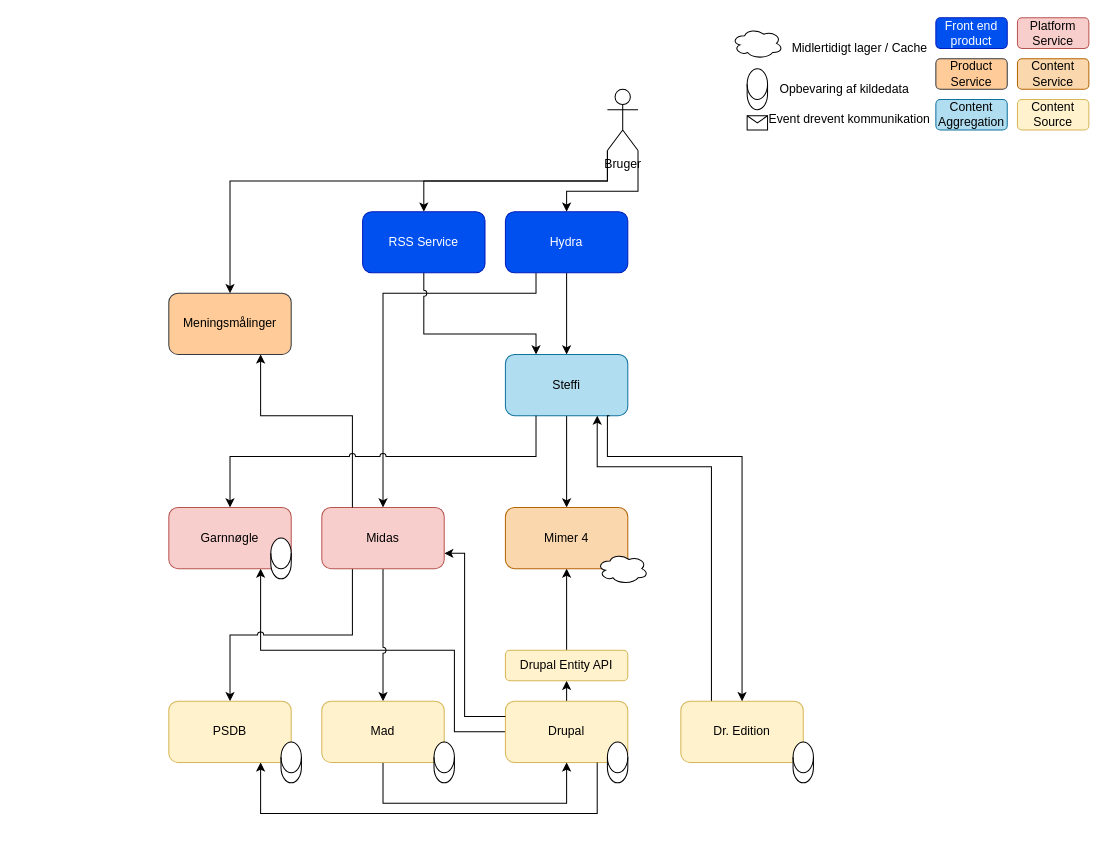
The draw.io diagram page "Page-2" (2 of 2) of draw-io/Mimer4-CAS.drawio in drdkjtop/arkitektur, before the edit. Source tidied: cells renumbered, new cells numbered last; positions are measured from the earlier drawing's top-left corner, leaving out a move shared by most shapes. Both pictures are drawn from the tidied source at 102%, with x=0, y=0 at pixel (168, 17).
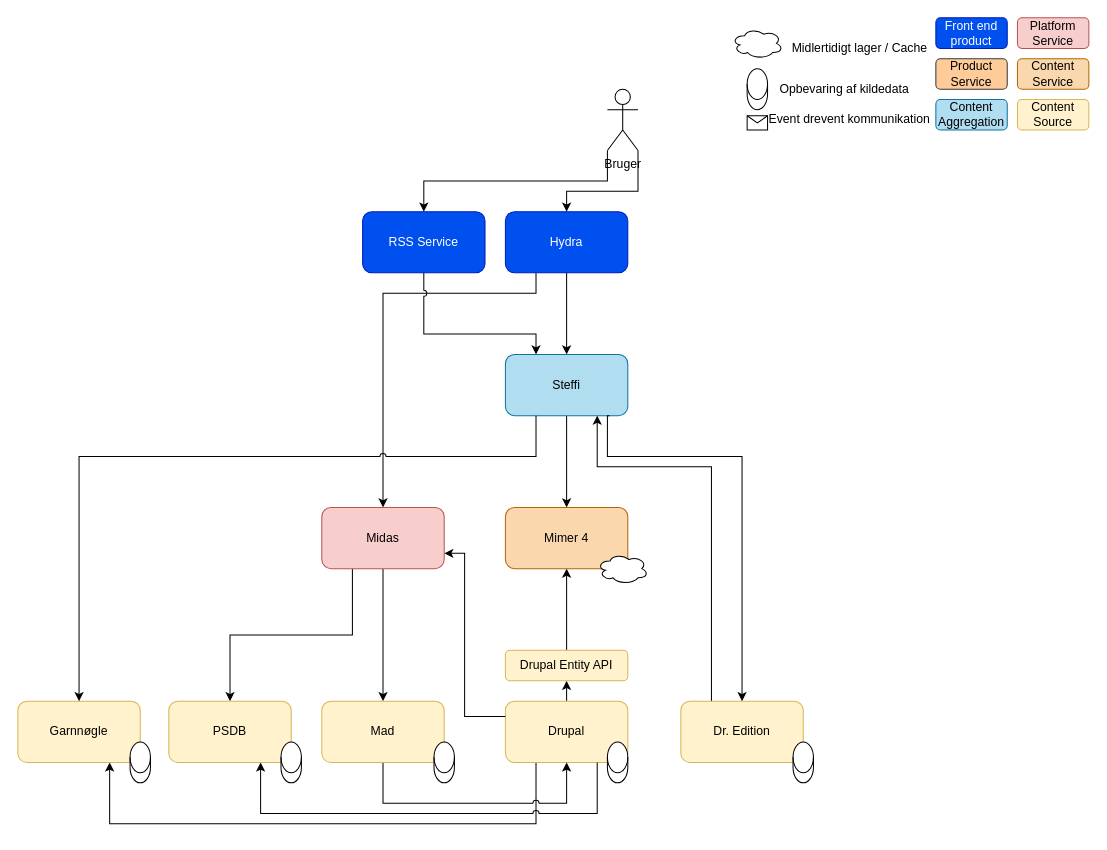
After the change.

Unchanged cells that the change refers to:
```xml
<mxCell id="4" value="Drupal" style="rounded=1;whiteSpace=wrap;html=1;fillColor=#fff2cc;strokeColor=#d6b656;fontColor=default;" parent="1" vertex="1">
  <mxGeometry x="330" y="670" width="120" height="60" as="geometry" />
</mxCell>
<mxCell id="10" value="Steffi" style="rounded=1;whiteSpace=wrap;html=1;fillColor=#b1ddf0;strokeColor=#10739e;fontColor=default;" parent="1" vertex="1">
  <mxGeometry x="330" y="330" width="120" height="60" as="geometry" />
</mxCell>
<mxCell id="20" value="Midas" style="rounded=1;whiteSpace=wrap;html=1;fillColor=#f8cecc;strokeColor=#b85450;fontColor=default;" parent="1" vertex="1">
  <mxGeometry x="150" y="480" width="120" height="60" as="geometry" />
</mxCell>
<mxCell id="35" value="Bruger" style="shape=umlActor;verticalLabelPosition=bottom;verticalAlign=top;html=1;outlineConnect=0;" parent="1" vertex="1">
  <mxGeometry x="430" y="70" width="30" height="60" as="geometry" />
</mxCell>
```

Diff of the diagram source:
```diff
@@
-    <mxCell id="3" style="edgeStyle=orthogonalEdgeStyle;rounded=0;jumpStyle=arc;jettySize=auto;html=1;exitX=0;exitY=0.5;exitDx=0;exitDy=0;entryX=0.75;entryY=1;entryDx=0;entryDy=0;strokeColor=#000000;" parent="1" edge="1" source="4" target="24">
+    <mxCell id="3" style="edgeStyle=orthogonalEdgeStyle;rounded=0;jumpStyle=arc;jettySize=auto;html=1;exitX=0.25;exitY=1;exitDx=0;exitDy=0;entryX=0.75;entryY=1;entryDx=0;entryDy=0;strokeColor=#000000;" parent="1" edge="1" source="4" target="24">
       <mxGeometry relative="1" as="geometry">
         <Array as="points">
-          <mxPoint x="280" y="700" />
-          <mxPoint x="280" y="620" />
-          <mxPoint x="90" y="620" />
+          <mxPoint x="360" y="790" />
+          <mxPoint x="-58" y="790" />
         </Array>
       </mxGeometry>
     </mxCell>
@@
-    <mxCell id="24" value="Garnnøgle" style="rounded=1;whiteSpace=wrap;html=1;fillColor=#f8cecc;strokeColor=#b85450;" parent="1" vertex="1">
-      <mxGeometry y="480" width="120" height="60" as="geometry" />
+    <mxCell id="24" value="Garnnøgle" style="rounded=1;whiteSpace=wrap;html=1;fillColor=#fff2cc;strokeColor=#d6b656;" parent="1" vertex="1">
+      <mxGeometry x="-148" y="670" width="120" height="60" as="geometry" />
     </mxCell>
     <mxCell id="25" style="shape=cylinder3;whiteSpace=wrap;html=1;boundedLbl=1;backgroundOutline=1;size=15;" parent="1" vertex="1">
-      <mxGeometry x="100" y="510" width="20" height="40" as="geometry" />
+      <mxGeometry x="-38" y="710" width="20" height="40" as="geometry" />
     </mxCell>
@@
-    <mxCell id="30" style="edgeStyle=orthogonalEdgeStyle;rounded=0;jettySize=auto;html=1;exitX=0.25;exitY=0;exitDx=0;exitDy=0;entryX=0.75;entryY=1;entryDx=0;entryDy=0;jumpStyle=arc;" parent="1" edge="1" source="20" target="31">
-      <mxGeometry relative="1" as="geometry">
-        <Array as="points">
-          <mxPoint x="180" y="390" />
-          <mxPoint x="90" y="390" />
-        </Array>
-      </mxGeometry>
-    </mxCell>
-    <mxCell id="31" value="Meningsmålinger" style="rounded=1;whiteSpace=wrap;html=1;fillColor=#ffcc99;strokeColor=#36393d;fontColor=default;" parent="1" vertex="1">
-      <mxGeometry y="270" width="120" height="60" as="geometry" />
-    </mxCell>
-    <mxCell id="32" style="edgeStyle=orthogonalEdgeStyle;rounded=0;jumpStyle=arc;jettySize=auto;html=1;exitX=0;exitY=1;exitDx=0;exitDy=0;exitPerimeter=0;" parent="1" edge="1" source="35" target="31">
-      <mxGeometry relative="1" as="geometry">
-        <Array as="points">
-          <mxPoint x="430" y="160" />
-          <mxPoint x="60" y="160" />
-        </Array>
-      </mxGeometry>
-    </mxCell>
@@
     <mxCell id="39" style="edgeStyle=orthogonalEdgeStyle;rounded=0;jettySize=auto;html=1;exitX=0.25;exitY=1;exitDx=0;exitDy=0;entryX=0.5;entryY=0;entryDx=0;entryDy=0;jumpStyle=arc;" parent="1" edge="1" source="10" target="24">
       <mxGeometry relative="1" as="geometry">
         <Array as="points">
           <mxPoint x="360" y="430" />
-          <mxPoint x="60" y="430" />
+          <mxPoint x="-88" y="430" />
         </Array>
       </mxGeometry>
     </mxCell>
```
